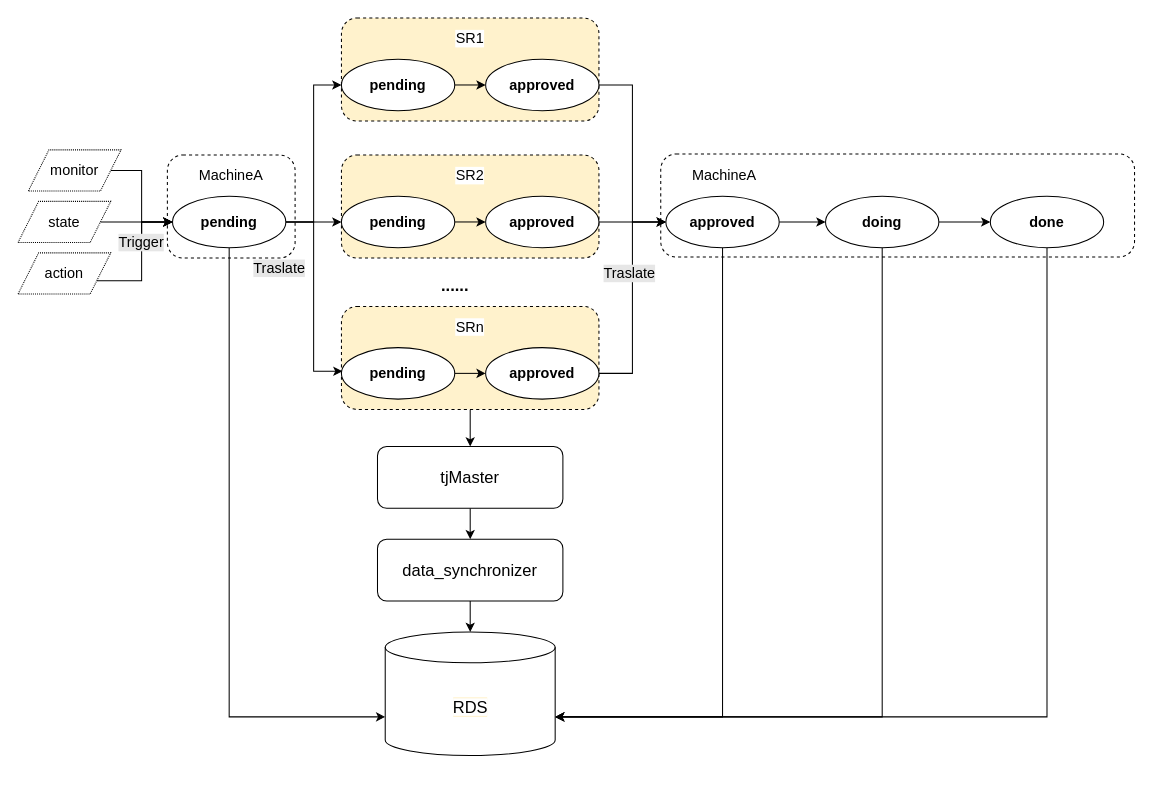
Before: data_link.drawio in HellenWang/12, a draw.io diagram. Source tidied: cells renumbered, new cells numbered last; positions are measured from the earlier drawing's top-left corner, leaving out a move shared by most shapes. Both pictures are drawn from the tidied source at 103%, with x=0, y=0 at pixel (18, 18).
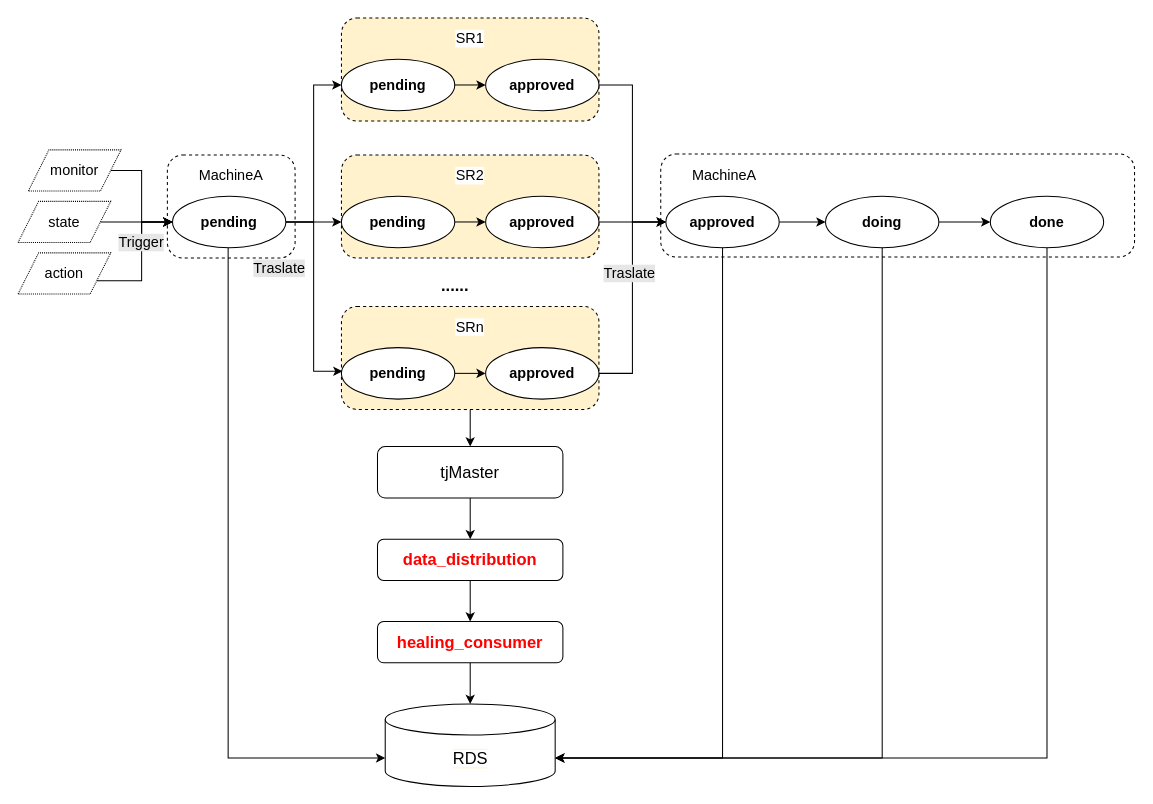
After the change.

The change refers to these unchanged cells:
```xml
<mxCell id="15" value="pending" style="ellipse;whiteSpace=wrap;html=1;labelBackgroundColor=#ffffff;fontSize=14;fontStyle=1;" parent="1" vertex="1">
  <mxGeometry x="150" y="173" width="110" height="50" as="geometry" />
</mxCell>
<mxCell id="41" value="approved" style="ellipse;whiteSpace=wrap;html=1;labelBackgroundColor=#ffffff;fontSize=14;fontStyle=1;" parent="1" vertex="1">
  <mxGeometry x="629" y="173" width="110" height="50" as="geometry" />
</mxCell>
<mxCell id="46" value="doing" style="ellipse;whiteSpace=wrap;html=1;labelBackgroundColor=#ffffff;fontSize=14;fontStyle=1;" parent="1" vertex="1">
  <mxGeometry x="784" y="173" width="110" height="50" as="geometry" />
</mxCell>
<mxCell id="48" value="done" style="ellipse;whiteSpace=wrap;html=1;labelBackgroundColor=#ffffff;fontSize=14;fontStyle=1;" parent="1" vertex="1">
  <mxGeometry x="944" y="173" width="110" height="50" as="geometry" />
</mxCell>
```

What changed in the source:
```diff
@@
-    <mxCell id="4" style="edgeStyle=orthogonalEdgeStyle;rounded=0;jettySize=auto;html=1;entryX=0;entryY=0;entryDx=0;entryDy=82.5;entryPerimeter=0;fontSize=16;exitX=0.5;exitY=1;exitDx=0;exitDy=0;" parent="1" edge="1" source="15" target="49">
-      <mxGeometry relative="1" as="geometry" />
-    </mxCell>
@@
+    <mxCell id="4" style="edgeStyle=orthogonalEdgeStyle;rounded=0;jettySize=auto;html=1;entryX=0;entryY=0;entryDx=0;entryDy=52.5;entryPerimeter=0;fontSize=16;fontColor=#FF0000;" parent="1" edge="1" source="15" target="49">
+      <mxGeometry relative="1" as="geometry">
+        <Array as="points">
+          <mxPoint x="204" y="719" />
+        </Array>
+      </mxGeometry>
+    </mxCell>
@@
-    <mxCell id="40" style="edgeStyle=orthogonalEdgeStyle;rounded=0;jettySize=auto;html=1;entryX=1;entryY=0;entryDx=0;entryDy=82.5;entryPerimeter=0;fontSize=16;exitX=0.5;exitY=1;exitDx=0;exitDy=0;" parent="1" edge="1" source="41" target="49">
+    <mxCell id="40" style="edgeStyle=orthogonalEdgeStyle;rounded=0;jettySize=auto;html=1;entryX=1;entryY=0;entryDx=0;entryDy=52.5;entryPerimeter=0;fontSize=16;exitX=0.5;exitY=1;exitDx=0;exitDy=0;" parent="1" edge="1" source="41" target="49">
       <mxGeometry relative="1" as="geometry" />
     </mxCell>
@@
-    <mxCell id="45" style="edgeStyle=orthogonalEdgeStyle;rounded=0;jettySize=auto;html=1;entryX=1;entryY=0;entryDx=0;entryDy=82.5;entryPerimeter=0;fontSize=16;exitX=0.5;exitY=1;exitDx=0;exitDy=0;" parent="1" edge="1" source="46" target="49">
+    <mxCell id="45" style="edgeStyle=orthogonalEdgeStyle;rounded=0;jettySize=auto;html=1;entryX=1;entryY=0;entryDx=0;entryDy=52.5;entryPerimeter=0;fontSize=16;exitX=0.5;exitY=1;exitDx=0;exitDy=0;" parent="1" edge="1" source="46" target="49">
       <mxGeometry relative="1" as="geometry" />
     </mxCell>
@@
-    <mxCell id="47" style="edgeStyle=orthogonalEdgeStyle;rounded=0;jettySize=auto;html=1;entryX=1;entryY=0;entryDx=0;entryDy=82.5;entryPerimeter=0;fontSize=16;exitX=0.5;exitY=1;exitDx=0;exitDy=0;" parent="1" edge="1" source="48" target="49">
+    <mxCell id="47" style="edgeStyle=orthogonalEdgeStyle;rounded=0;jettySize=auto;html=1;entryX=1;entryY=0;entryDx=0;entryDy=52.5;entryPerimeter=0;fontSize=16;exitX=0.5;exitY=1;exitDx=0;exitDy=0;" parent="1" edge="1" source="48" target="49">
       <mxGeometry relative="1" as="geometry" />
     </mxCell>
@@
     <mxCell id="49" value="&lt;span style=&quot;background-color: rgb(255 , 255 , 255)&quot;&gt;RDS&lt;/span&gt;" style="shape=cylinder3;whiteSpace=wrap;html=1;boundedLbl=1;backgroundOutline=1;size=15;labelBackgroundColor=#FFF2CC;fontSize=16;" parent="1" vertex="1">
-      <mxGeometry x="356.5" y="596" width="165" height="120" as="geometry" />
+      <mxGeometry x="356.5" y="666" width="165" height="80" as="geometry" />
     </mxCell>
@@
     <mxCell id="51" value="tjMaster" style="rounded=1;whiteSpace=wrap;html=1;labelBackgroundColor=none;fillColor=#ffffff;fontSize=16;" parent="1" vertex="1">
-      <mxGeometry x="349" y="416" width="180" height="60" as="geometry" />
+      <mxGeometry x="349" y="416" width="180" height="50" as="geometry" />
     </mxCell>
-    <mxCell id="52" style="edgeStyle=orthogonalEdgeStyle;rounded=0;jettySize=auto;html=1;fontSize=16;" parent="1" edge="1" source="53" target="49">
+    <mxCell id="52" style="edgeStyle=orthogonalEdgeStyle;rounded=0;jettySize=auto;html=1;fontSize=16;exitX=0.5;exitY=1;exitDx=0;exitDy=0;" parent="1" edge="1" source="55" target="49">
       <mxGeometry relative="1" as="geometry" />
     </mxCell>
+    <mxCell id="54" style="edgeStyle=orthogonalEdgeStyle;rounded=0;jettySize=auto;html=1;fontSize=16;fontColor=#FF0000;" parent="1" edge="1" source="53" target="55">
+      <mxGeometry relative="1" as="geometry" />
+    </mxCell>
-    <mxCell id="53" value="data_synchronizer" style="rounded=1;whiteSpace=wrap;html=1;labelBackgroundColor=none;fillColor=#ffffff;fontSize=16;" parent="1" vertex="1">
-      <mxGeometry x="349" y="506" width="180" height="60" as="geometry" />
+    <mxCell id="53" value="data_distribution" style="rounded=1;whiteSpace=wrap;html=1;labelBackgroundColor=none;fillColor=#ffffff;fontSize=16;fontStyle=1;fontColor=#FF0000;" parent="1" vertex="1">
+      <mxGeometry x="349" y="506" width="180" height="40" as="geometry" />
     </mxCell>
+    <mxCell id="55" value="healing_consumer" style="rounded=1;whiteSpace=wrap;html=1;labelBackgroundColor=none;fillColor=#ffffff;fontSize=16;fontColor=#FF0000;fontStyle=1;" parent="1" vertex="1">
+      <mxGeometry x="349" y="586" width="180" height="40" as="geometry" />
+    </mxCell>
```
